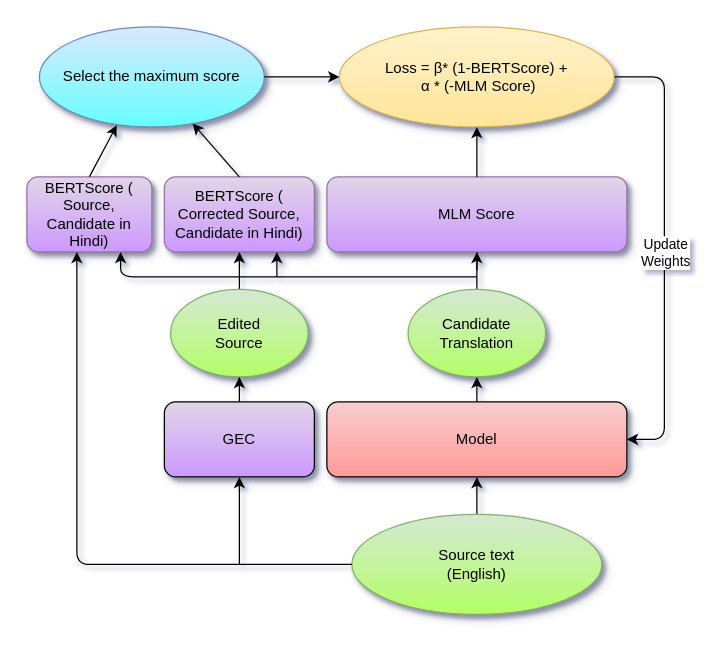
babangain/drawio keeps this draw.io diagram as transformer_with_grammar_correction_mlm_bertscore.drawio. Above is the earlier version. Source tidied: cells renumbered, new cells numbered last; positions are measured from the earlier drawing's top-left corner, leaving out a move shared by most shapes. Both pictures are drawn from the tidied source at 125%, with x=0, y=0 at pixel (26, 26).
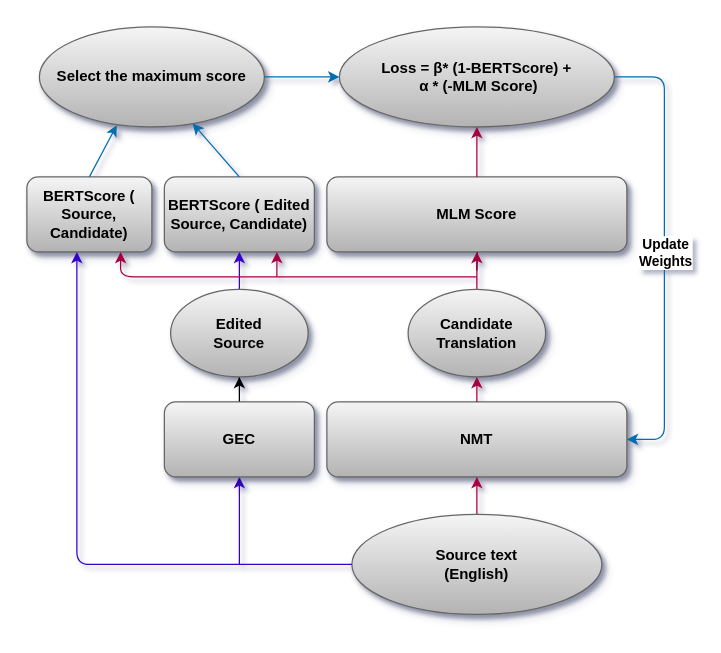
The same diagram, later.

Diff of the diagram source:
```diff
@@
-    <mxCell id="2" value="Model" style="rounded=1;whiteSpace=wrap;html=1;fillColor=#f8cecc;strokeColor=default;labelBorderColor=none;gradientColor=#FF9999;shadow=1;glass=0;" parent="1" vertex="1">
+    <mxCell id="2" value="NMT" style="rounded=1;whiteSpace=wrap;html=1;fillColor=#f5f5f5;strokeColor=#666666;labelBorderColor=none;gradientColor=#b3b3b3;shadow=1;glass=0;fontStyle=1;" parent="1" vertex="1">
       <mxGeometry x="240" y="300" width="240" height="60" as="geometry" />
     </mxCell>
-    <mxCell id="3" style="edgeStyle=orthogonalEdgeStyle;rounded=0;jettySize=auto;html=1;labelBorderColor=none;" parent="1" edge="1" source="4" target="2">
+    <mxCell id="3" style="edgeStyle=orthogonalEdgeStyle;rounded=0;jettySize=auto;html=1;labelBorderColor=none;fillColor=#d80073;strokeColor=#A50040;fontStyle=1;" parent="1" edge="1" source="4" target="2">
       <mxGeometry relative="1" as="geometry" />
     </mxCell>
-    <mxCell id="4" value="Source text&lt;br&gt;(English)" style="ellipse;whiteSpace=wrap;html=1;fillColor=#d5e8d4;strokeColor=#82b366;labelBorderColor=none;gradientColor=#B3FF66;shadow=1;" parent="1" vertex="1">
+    <mxCell id="4" value="Source text&lt;br&gt;(English)" style="ellipse;whiteSpace=wrap;html=1;fillColor=#f5f5f5;strokeColor=#666666;labelBorderColor=none;gradientColor=#b3b3b3;shadow=1;fontStyle=1;" parent="1" vertex="1">
       <mxGeometry x="260" y="390" width="200" height="80" as="geometry" />
     </mxCell>
-    <mxCell id="5" style="edgeStyle=orthogonalEdgeStyle;rounded=0;jettySize=auto;html=1;labelBorderColor=none;" parent="1" edge="1" target="9">
+    <mxCell id="5" style="edgeStyle=orthogonalEdgeStyle;rounded=0;jettySize=auto;html=1;labelBorderColor=none;fontStyle=1;" parent="1" edge="1" target="9">
       <mxGeometry relative="1" as="geometry">
         <mxPoint x="360" y="195" as="sourcePoint" />
       </mxGeometry>
     </mxCell>
-    <mxCell id="6" style="endArrow=classic;html=1;rounded=0;exitX=0;exitY=0.5;exitDx=0;exitDy=0;entryX=0.5;entryY=1;entryDx=0;entryDy=0;labelBorderColor=none;" parent="1" edge="1" source="4" target="8">
+    <mxCell id="6" style="endArrow=classic;html=1;rounded=0;exitX=0;exitY=0.5;exitDx=0;exitDy=0;entryX=0.5;entryY=1;entryDx=0;entryDy=0;labelBorderColor=none;fillColor=#6a00ff;strokeColor=#3700CC;fontStyle=1;" parent="1" edge="1" source="4" target="8">
       <mxGeometry relative="1" as="geometry">
         <Array as="points">
           <mxPoint x="170" y="430" />
         </Array>
       </mxGeometry>
     </mxCell>
-    <mxCell id="7" style="edgeStyle=orthogonalEdgeStyle;rounded=0;jettySize=auto;html=1;" parent="1" edge="1" source="8" target="24">
+    <mxCell id="7" style="edgeStyle=orthogonalEdgeStyle;rounded=0;jettySize=auto;html=1;fontStyle=1;" parent="1" edge="1" source="8" target="24">
       <mxGeometry relative="1" as="geometry" />
     </mxCell>
-    <mxCell id="8" value="GEC" style="rounded=1;whiteSpace=wrap;html=1;fillColor=#E1D5E7;strokeColor=#000000;labelBorderColor=none;gradientColor=#CC99FF;glass=0;shadow=1;" parent="1" vertex="1">
+    <mxCell id="8" value="GEC" style="rounded=1;whiteSpace=wrap;html=1;fillColor=#f5f5f5;strokeColor=#666666;labelBorderColor=none;gradientColor=#b3b3b3;glass=0;shadow=1;fontStyle=1;" parent="1" vertex="1">
       <mxGeometry x="110" y="300" width="120" height="60" as="geometry" />
     </mxCell>
-    <mxCell id="9" value="MLM Score" style="rounded=1;whiteSpace=wrap;html=1;fillColor=#e1d5e7;strokeColor=#9673a6;labelBorderColor=none;gradientColor=#CC99FF;shadow=1;" parent="1" vertex="1">
+    <mxCell id="9" value="MLM Score" style="rounded=1;whiteSpace=wrap;html=1;fillColor=#f5f5f5;strokeColor=#666666;labelBorderColor=none;shadow=1;gradientColor=#b3b3b3;fontStyle=1;" parent="1" vertex="1">
       <mxGeometry x="240" y="120" width="240" height="60" as="geometry" />
     </mxCell>
-    <mxCell id="10" value="BERTScore ( Corrected Source, Candidate in Hindi)" style="rounded=1;whiteSpace=wrap;html=1;fillColor=#e1d5e7;strokeColor=#9673a6;labelBorderColor=none;gradientColor=#CC99FF;shadow=1;" parent="1" vertex="1">
+    <mxCell id="10" value="BERTScore ( Edited Source, Candidate)" style="rounded=1;whiteSpace=wrap;html=1;fillColor=#f5f5f5;strokeColor=#666666;labelBorderColor=none;gradientColor=#b3b3b3;shadow=1;fontStyle=1;" parent="1" vertex="1">
       <mxGeometry x="110" y="120" width="120" height="60" as="geometry" />
     </mxCell>
-    <mxCell id="11" value="Loss = β* (1-BERTScore) +&lt;br&gt;&amp;nbsp;α&amp;nbsp;* (-MLM Score)" style="ellipse;whiteSpace=wrap;html=1;fillColor=#fff2cc;strokeColor=#d6b656;labelBorderColor=none;gradientColor=#FFE599;shadow=1;" parent="1" vertex="1">
+    <mxCell id="11" value="Loss = β* (1-BERTScore) +&lt;br&gt;&amp;nbsp;α&amp;nbsp;* (-MLM Score)" style="ellipse;whiteSpace=wrap;html=1;fillColor=#f5f5f5;strokeColor=#666666;labelBorderColor=none;gradientColor=#b3b3b3;shadow=1;fontStyle=1;" parent="1" vertex="1">
       <mxGeometry x="250" width="220" height="80" as="geometry" />
     </mxCell>
-    <mxCell id="12" value="BERTScore ( Source, Candidate in Hindi)" style="rounded=1;whiteSpace=wrap;html=1;fillColor=#e1d5e7;strokeColor=#9673a6;labelBorderColor=none;gradientColor=#CC99FF;shadow=1;" parent="1" vertex="1">
+    <mxCell id="12" value="BERTScore ( Source, Candidate)" style="rounded=1;whiteSpace=wrap;html=1;fillColor=#f5f5f5;strokeColor=#666666;labelBorderColor=none;gradientColor=#b3b3b3;shadow=1;fontStyle=1;" parent="1" vertex="1">
       <mxGeometry y="120" width="100" height="60" as="geometry" />
     </mxCell>
-    <mxCell id="13" style="endArrow=classic;html=1;entryX=0.4;entryY=1;entryDx=0;entryDy=0;entryPerimeter=0;labelBorderColor=none;rounded=1;" parent="1" edge="1" target="12">
+    <mxCell id="13" style="endArrow=classic;html=1;entryX=0.4;entryY=1;entryDx=0;entryDy=0;entryPerimeter=0;labelBorderColor=none;rounded=1;fillColor=#6a00ff;strokeColor=#3700CC;fontStyle=1;" parent="1" edge="1" target="12">
       <mxGeometry relative="1" as="geometry">
         <mxPoint x="170" y="430" as="sourcePoint" />
         <Array as="points">
           <mxPoint x="40" y="430" />
         </Array>
       </mxGeometry>
     </mxCell>
-    <mxCell id="14" value="Select the maximum score" style="ellipse;whiteSpace=wrap;html=1;fillColor=#dae8fc;strokeColor=#6c8ebf;labelBorderColor=none;gradientColor=#66FFFF;shadow=1;" parent="1" vertex="1">
+    <mxCell id="14" value="Select the maximum score" style="ellipse;whiteSpace=wrap;html=1;fillColor=#f5f5f5;strokeColor=#666666;labelBorderColor=none;gradientColor=#b3b3b3;shadow=1;fontStyle=1;" parent="1" vertex="1">
       <mxGeometry x="10" width="180" height="80" as="geometry" />
     </mxCell>
-    <mxCell id="15" style="edgeStyle=orthogonalEdgeStyle;rounded=0;jettySize=auto;html=1;" parent="1" edge="1" source="16" target="9">
+    <mxCell id="15" style="edgeStyle=orthogonalEdgeStyle;rounded=0;jettySize=auto;html=1;fillColor=#d80073;strokeColor=#A50040;fontStyle=1;" parent="1" edge="1" source="16" target="9">
       <mxGeometry relative="1" as="geometry" />
     </mxCell>
-    <mxCell id="16" value="Candidate&lt;br&gt;Translation" style="ellipse;whiteSpace=wrap;html=1;fillColor=#d5e8d4;strokeColor=#82b366;labelBorderColor=none;gradientColor=#B3FF66;shadow=1;" parent="1" vertex="1">
+    <mxCell id="16" value="Candidate&lt;br&gt;Translation" style="ellipse;whiteSpace=wrap;html=1;fillColor=#f5f5f5;strokeColor=#666666;labelBorderColor=none;gradientColor=#b3b3b3;shadow=1;fontStyle=1;" parent="1" vertex="1">
       <mxGeometry x="305" y="210" width="110" height="70" as="geometry" />
     </mxCell>
-    <mxCell id="17" style="endArrow=classic;html=1;rounded=0;exitX=0.5;exitY=0;exitDx=0;exitDy=0;entryX=0.344;entryY=0.983;entryDx=0;entryDy=0;labelBorderColor=none;entryPerimeter=0;" parent="1" edge="1" source="12" target="14">
+    <mxCell id="17" style="endArrow=classic;html=1;rounded=0;exitX=0.5;exitY=0;exitDx=0;exitDy=0;entryX=0.344;entryY=0.983;entryDx=0;entryDy=0;labelBorderColor=none;entryPerimeter=0;fillColor=#1ba1e2;strokeColor=#006EAF;fontStyle=1;" parent="1" edge="1" source="12" target="14">
       <mxGeometry relative="1" as="geometry" />
     </mxCell>
-    <mxCell id="18" style="endArrow=classic;html=1;rounded=0;exitX=0.5;exitY=0;exitDx=0;exitDy=0;labelBorderColor=none;" parent="1" edge="1" source="10" target="14">
+    <mxCell id="18" style="endArrow=classic;html=1;rounded=0;exitX=0.5;exitY=0;exitDx=0;exitDy=0;labelBorderColor=none;fillColor=#1ba1e2;strokeColor=#006EAF;fontStyle=1;" parent="1" edge="1" source="10" target="14">
       <mxGeometry relative="1" as="geometry" />
     </mxCell>
-    <mxCell id="19" style="endArrow=classic;html=1;rounded=0;exitX=0.5;exitY=0;exitDx=0;exitDy=0;labelBorderColor=none;" parent="1" edge="1" source="9" target="11">
+    <mxCell id="19" style="endArrow=classic;html=1;rounded=0;exitX=0.5;exitY=0;exitDx=0;exitDy=0;labelBorderColor=none;fillColor=#d80073;strokeColor=#A50040;fontStyle=1;" parent="1" edge="1" source="9" target="11">
       <mxGeometry relative="1" as="geometry" />
     </mxCell>
-    <mxCell id="20" style="endArrow=classic;html=1;rounded=0;exitX=1;exitY=0.5;exitDx=0;exitDy=0;labelBorderColor=none;" parent="1" edge="1" source="14" target="11">
+    <mxCell id="20" style="endArrow=classic;html=1;rounded=0;exitX=1;exitY=0.5;exitDx=0;exitDy=0;labelBorderColor=none;fillColor=#1ba1e2;strokeColor=#006EAF;fontStyle=1;" parent="1" edge="1" source="14" target="11">
       <mxGeometry relative="1" as="geometry" />
     </mxCell>
-    <mxCell id="21" style="endArrow=classic;html=1;rounded=1;exitX=1;exitY=0.5;exitDx=0;exitDy=0;entryX=1;entryY=0.5;entryDx=0;entryDy=0;labelBorderColor=none;" parent="1" edge="1" source="11" target="2">
+    <mxCell id="21" style="endArrow=classic;html=1;rounded=1;exitX=1;exitY=0.5;exitDx=0;exitDy=0;entryX=1;entryY=0.5;entryDx=0;entryDy=0;labelBorderColor=none;fillColor=#1ba1e2;strokeColor=#006EAF;fontStyle=1;" parent="1" edge="1" source="11" target="2">
       <mxGeometry relative="1" as="geometry">
         <Array as="points">
           <mxPoint x="510" y="40" />
           <mxPoint x="510" y="330" />
         </Array>
       </mxGeometry>
     </mxCell>
-    <mxCell id="22" value="Update&lt;br&gt;Weights" style="edgeLabel;html=1;align=center;verticalAlign=middle;labelBorderColor=none;" parent="21" vertex="1">
+    <mxCell id="22" value="Update&lt;br&gt;Weights" style="edgeLabel;html=1;align=center;verticalAlign=middle;labelBorderColor=none;fontStyle=1;" parent="21" vertex="1">
       <mxGeometry relative="1" as="geometry" />
     </mxCell>
-    <mxCell id="23" style="edgeStyle=orthogonalEdgeStyle;rounded=0;jettySize=auto;html=1;" parent="1" edge="1" source="24" target="10">
+    <mxCell id="23" style="edgeStyle=orthogonalEdgeStyle;rounded=0;jettySize=auto;html=1;fillColor=#6a00ff;strokeColor=#3700CC;fontStyle=1;" parent="1" edge="1" source="24" target="10">
       <mxGeometry relative="1" as="geometry" />
     </mxCell>
-    <mxCell id="24" value="Edited&lt;br&gt;Source" style="ellipse;whiteSpace=wrap;html=1;fillColor=#d5e8d4;strokeColor=#82b366;labelBorderColor=none;gradientColor=#B3FF66;shadow=1;" parent="1" vertex="1">
+    <mxCell id="24" value="Edited&lt;br&gt;Source" style="ellipse;whiteSpace=wrap;html=1;fillColor=#f5f5f5;strokeColor=#666666;labelBorderColor=none;gradientColor=#b3b3b3;shadow=1;fontStyle=1;" parent="1" vertex="1">
       <mxGeometry x="115" y="210" width="110" height="70" as="geometry" />
     </mxCell>
-    <mxCell id="25" style="endArrow=classic;html=1;rounded=0;exitX=0.5;exitY=0;exitDx=0;exitDy=0;entryX=0.5;entryY=1;entryDx=0;entryDy=0;" parent="1" edge="1" source="2" target="16">
+    <mxCell id="25" style="endArrow=classic;html=1;rounded=0;exitX=0.5;exitY=0;exitDx=0;exitDy=0;entryX=0.5;entryY=1;entryDx=0;entryDy=0;fillColor=#d80073;strokeColor=#A50040;fontStyle=1;" parent="1" edge="1" source="2" target="16">
       <mxGeometry relative="1" as="geometry" />
     </mxCell>
-    <mxCell id="26" style="endArrow=classic;html=1;rounded=1;entryX=0.75;entryY=1;entryDx=0;entryDy=0;" parent="1" edge="1" target="12">
+    <mxCell id="26" style="endArrow=classic;html=1;rounded=1;entryX=0.75;entryY=1;entryDx=0;entryDy=0;fillColor=#d80073;strokeColor=#A50040;fontStyle=1;" parent="1" edge="1" target="12">
       <mxGeometry relative="1" as="geometry">
         <mxPoint x="360" y="200" as="sourcePoint" />
         <Array as="points">
           <mxPoint x="75" y="200" />
         </Array>
       </mxGeometry>
     </mxCell>
-    <mxCell id="27" style="endArrow=classic;html=1;rounded=0;entryX=0.75;entryY=1;entryDx=0;entryDy=0;" parent="1" edge="1" target="10">
+    <mxCell id="27" style="endArrow=classic;html=1;rounded=0;entryX=0.75;entryY=1;entryDx=0;entryDy=0;fillColor=#d80073;strokeColor=#A50040;fontStyle=1;" parent="1" edge="1" target="10">
       <mxGeometry relative="1" as="geometry">
         <mxPoint x="200" y="200" as="sourcePoint" />
       </mxGeometry>
     </mxCell>
```
